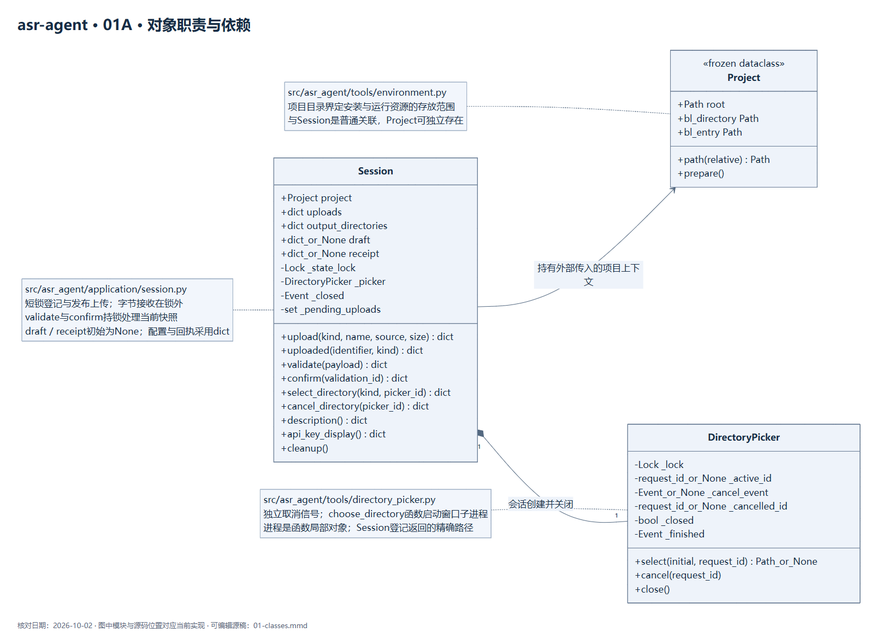
The Mermaid diagram doc/uml/01-classes.png in hx101700/asr-agent, before a commit. Its source is kept beside it as doc/uml/01-classes.mmd.
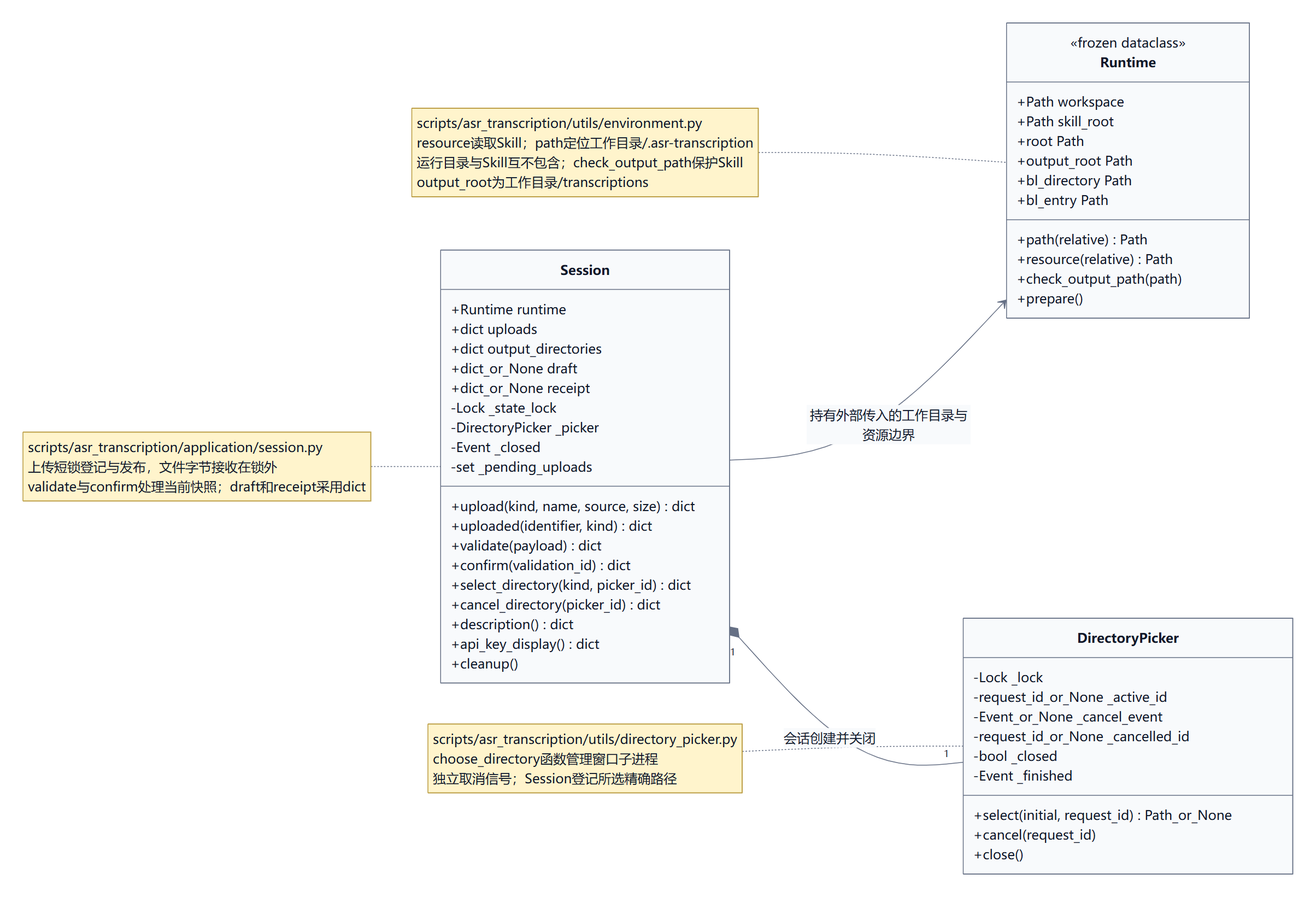
The same diagram one commit later.

What changed in the source:
```diff
@@ -1,15 +1,20 @@
 classDiagram
 direction LR
-class Project {
+class Runtime {
   <<frozen dataclass>>
-  +Path root
+  +Path workspace
+  +Path skill_root
+  +root Path
+  +output_root Path
   +path(relative) Path
+  +resource(relative) Path
+  +check_output_path(path)
   +bl_directory Path
   +bl_entry Path
   +prepare()
 }
 class Session {
-  +Project project
+  +Runtime runtime
   +dict uploads
   +dict output_directories
   +dict_or_None draft
@@ -39,8 +44,8 @@
   +cancel(request_id)
   +close()
 }
-Session --> Project : 持有外部传入的项目上下文
+Session --> Runtime : 持有外部传入的工作目录与资源边界
 Session "1" *-- "1" DirectoryPicker : 会话创建并关闭
-note for Session "src/asr_agent/application/session.py<br/>短锁登记与发布上传；字节接收在锁外<br/>validate与confirm持锁处理当前快照<br/>draft / receipt初始为None；配置与回执采用dict"
-note for Project "src/asr_agent/tools/environment.py<br/>项目目录界定安装与运行资源的存放范围<br/>与Session是普通关联，Project可独立存在"
-note for DirectoryPicker "src/asr_agent/tools/directory_picker.py<br/>独立取消信号；choose_directory函数启动窗口子进程<br/>进程是函数局部对象；Session登记返回的精确路径"
+note for Runtime "scripts/asr_transcription/utils/environment.py<br/>resource读取Skill；path定位工作目录/.asr-transcription<br/>运行目录与Skill互不包含；check_output_path保护Skill<br/>output_root为工作目录/transcriptions"
+note for Session "scripts/asr_transcription/application/session.py<br/>上传短锁登记与发布，文件字节接收在锁外<br/>validate与confirm处理当前快照；draft和receipt采用dict"
+note for DirectoryPicker "scripts/asr_transcription/utils/directory_picker.py<br/>choose_directory函数管理窗口子进程<br/>独立取消信号；Session登记所选精确路径"
```
